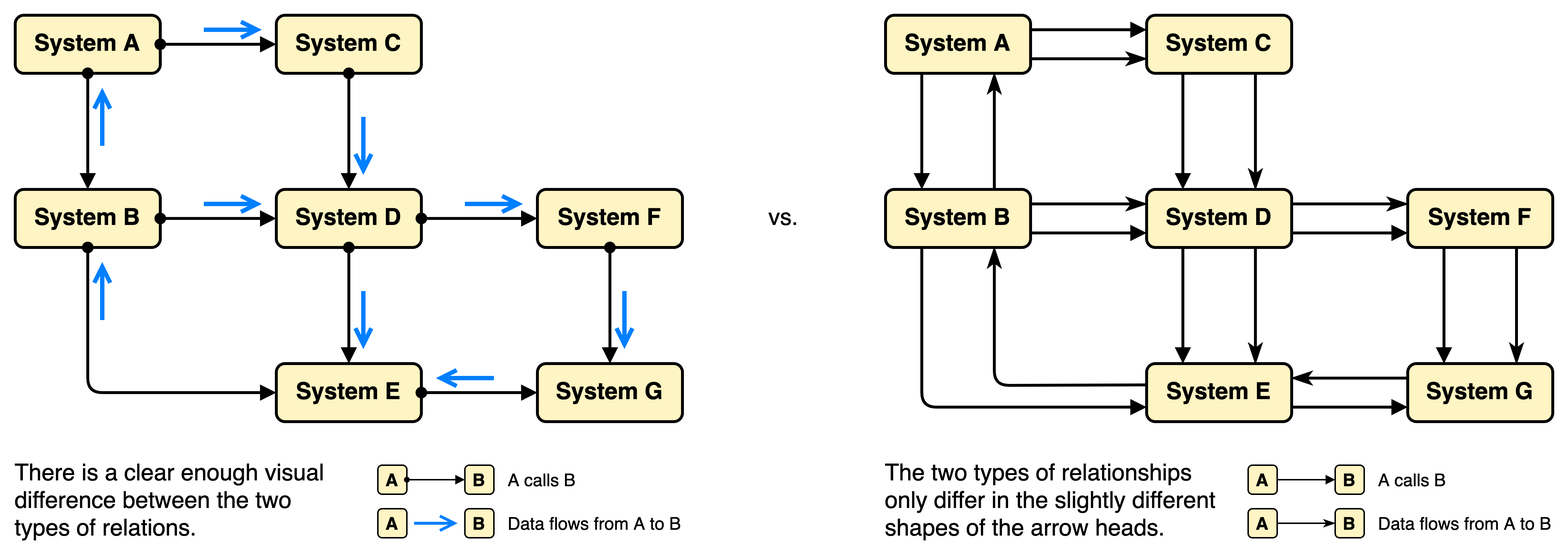
Earlier version of the draw.io export diagrams/connectionarrow-guideline_different-types-look-different-enough.png (martinleggewie/visual-tips-for-creating-schematic-diagrams). Source tidied: cells renumbered, new cells last; positions are measured from the earlier drawing's top-left corner, leaving out a move shared by most shapes.
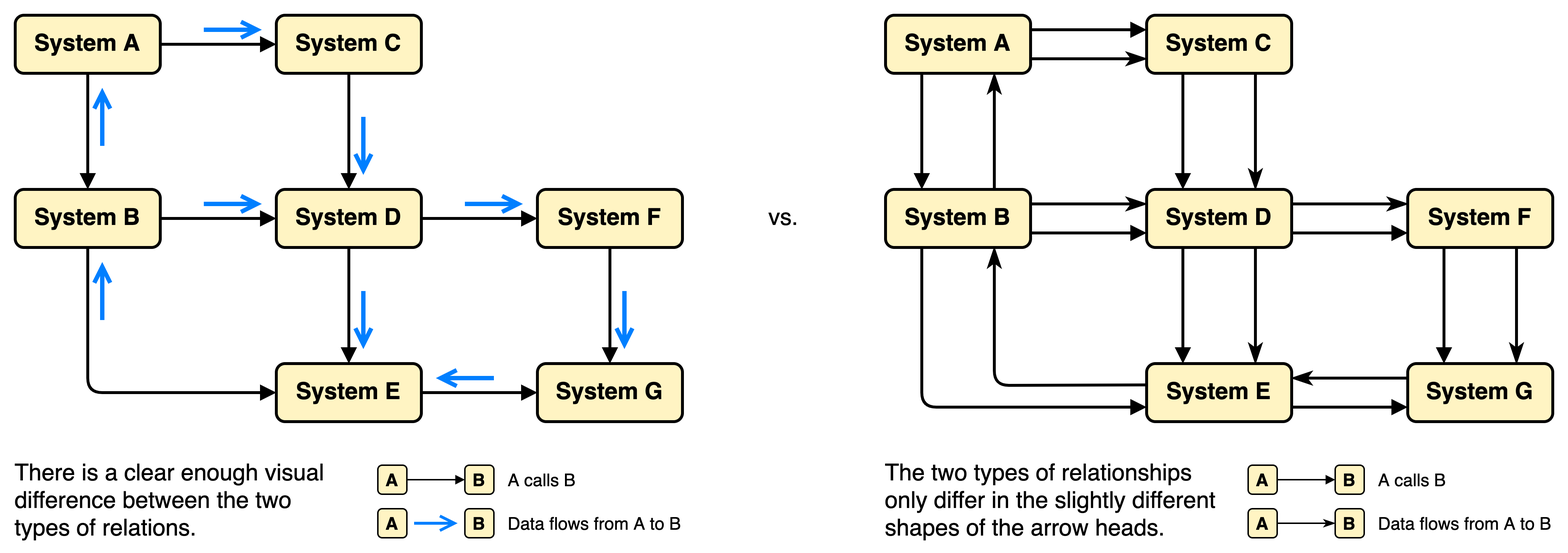
Above is the later version.

Diff of the diagram source:
```diff
@@ -9,16 +9,16 @@
     <mxCell id="4" value="System A" style="rounded=1;whiteSpace=wrap;html=1;strokeWidth=2;fontSize=16;fontStyle=1;fillColor=#FFF4C3;" parent="3" vertex="1">
       <mxGeometry x="10" y="10" width="100" height="40" as="geometry" />
     </mxCell>
-    <mxCell id="5" style="rounded=0;jettySize=auto;html=1;fontSize=16;endArrow=block;endFill=1;startArrow=oval;startFill=1;strokeWidth=2;" parent="3" edge="1" source="4" target="10">
+    <mxCell id="5" style="rounded=0;jettySize=auto;html=1;fontSize=16;endArrow=block;endFill=1;startArrow=none;startFill=0;strokeWidth=2;" parent="3" edge="1" source="4" target="10">
       <mxGeometry relative="1" as="geometry" />
     </mxCell>
     <mxCell id="6" value="System B" style="rounded=1;whiteSpace=wrap;html=1;strokeWidth=2;fontSize=16;fontStyle=1;fillColor=#FFF4C3;" parent="3" vertex="1">
       <mxGeometry x="10" y="130" width="100" height="40" as="geometry" />
     </mxCell>
-    <mxCell id="7" style="edgeStyle=none;rounded=0;jettySize=auto;html=1;startArrow=oval;startFill=1;endArrow=block;endFill=1;strokeWidth=2;fontSize=16;" parent="3" edge="1" source="4" target="6">
+    <mxCell id="7" style="edgeStyle=none;rounded=0;jettySize=auto;html=1;startArrow=none;startFill=0;endArrow=block;endFill=1;strokeWidth=2;fontSize=16;" parent="3" edge="1" source="4" target="6">
       <mxGeometry relative="1" as="geometry" />
     </mxCell>
-    <mxCell id="8" style="rounded=0;jettySize=auto;html=1;fontSize=16;endArrow=block;endFill=1;startArrow=oval;startFill=1;strokeWidth=2;" parent="3" edge="1" source="6" target="12">
+    <mxCell id="8" style="rounded=0;jettySize=auto;html=1;fontSize=16;endArrow=block;endFill=1;startArrow=none;startFill=0;strokeWidth=2;" parent="3" edge="1" source="6" target="12">
       <mxGeometry relative="1" as="geometry" />
     </mxCell>
     <mxCell id="9" value="vs." style="text;html=1;strokeColor=none;fillColor=none;align=center;verticalAlign=middle;whiteSpace=wrap;rounded=0;fontSize=16;" parent="3" vertex="1">
@@ -39,26 +39,26 @@
     <mxCell id="14" value="System G" style="rounded=1;whiteSpace=wrap;html=1;strokeWidth=2;fontSize=16;fontStyle=1;fillColor=#FFF4C3;" parent="3" vertex="1">
       <mxGeometry x="370" y="250" width="100" height="40" as="geometry" />
     </mxCell>
-    <mxCell id="15" style="edgeStyle=none;rounded=1;jettySize=auto;html=1;fontSize=16;startArrow=oval;startFill=1;endArrow=block;endFill=1;strokeWidth=2;" parent="3" edge="1" source="6" target="11">
+    <mxCell id="15" style="edgeStyle=none;rounded=1;jettySize=auto;html=1;fontSize=16;startArrow=none;startFill=0;endArrow=block;endFill=1;strokeWidth=2;" parent="3" edge="1" source="6" target="11">
       <mxGeometry relative="1" as="geometry">
         <Array as="points">
           <mxPoint x="60" y="270" />
         </Array>
       </mxGeometry>
     </mxCell>
-    <mxCell id="16" style="edgeStyle=none;rounded=0;jettySize=auto;html=1;fontSize=16;startArrow=oval;startFill=1;endArrow=block;endFill=1;strokeWidth=2;" parent="3" edge="1" source="11" target="14">
+    <mxCell id="16" style="edgeStyle=none;rounded=0;jettySize=auto;html=1;fontSize=16;startArrow=none;startFill=0;endArrow=block;endFill=1;strokeWidth=2;" parent="3" edge="1" source="11" target="14">
       <mxGeometry relative="1" as="geometry" />
     </mxCell>
-    <mxCell id="17" style="edgeStyle=none;rounded=0;jettySize=auto;html=1;fontSize=16;startArrow=oval;startFill=1;endArrow=block;endFill=1;strokeWidth=2;" parent="3" edge="1" source="13" target="14">
+    <mxCell id="17" style="edgeStyle=none;rounded=0;jettySize=auto;html=1;fontSize=16;startArrow=none;startFill=0;endArrow=block;endFill=1;strokeWidth=2;" parent="3" edge="1" source="13" target="14">
       <mxGeometry relative="1" as="geometry" />
     </mxCell>
-    <mxCell id="18" style="edgeStyle=none;rounded=0;jettySize=auto;html=1;fontSize=16;startArrow=oval;startFill=1;endArrow=block;endFill=1;strokeWidth=2;" parent="3" edge="1" source="12" target="11">
+    <mxCell id="18" style="edgeStyle=none;rounded=0;jettySize=auto;html=1;fontSize=16;startArrow=none;startFill=0;endArrow=block;endFill=1;strokeWidth=2;" parent="3" edge="1" source="12" target="11">
       <mxGeometry relative="1" as="geometry" />
     </mxCell>
-    <mxCell id="19" style="edgeStyle=none;rounded=0;jettySize=auto;html=1;fontSize=16;startArrow=oval;startFill=1;endArrow=block;endFill=1;strokeWidth=2;" parent="3" edge="1" source="12" target="13">
+    <mxCell id="19" style="edgeStyle=none;rounded=0;jettySize=auto;html=1;fontSize=16;startArrow=none;startFill=0;endArrow=block;endFill=1;strokeWidth=2;" parent="3" edge="1" source="12" target="13">
       <mxGeometry relative="1" as="geometry" />
     </mxCell>
-    <mxCell id="20" style="edgeStyle=none;rounded=0;jettySize=auto;html=1;fontSize=16;startArrow=oval;startFill=1;endArrow=block;endFill=1;strokeWidth=2;" parent="3" edge="1" source="10" target="12">
+    <mxCell id="20" style="edgeStyle=none;rounded=0;jettySize=auto;html=1;fontSize=16;startArrow=none;startFill=0;endArrow=block;endFill=1;strokeWidth=2;" parent="3" edge="1" source="10" target="12">
       <mxGeometry relative="1" as="geometry" />
     </mxCell>
     <mxCell id="21" value="System A" style="rounded=1;whiteSpace=wrap;html=1;strokeWidth=2;fontSize=16;fontStyle=1;fillColor=#FFF4C3;" parent="3" vertex="1">
@@ -215,7 +215,7 @@
     <mxCell id="60" value="B" style="rounded=1;whiteSpace=wrap;html=1;strokeWidth=1;fontSize=12;fontStyle=1;fillColor=#FFF4C3;" parent="56" vertex="1">
       <mxGeometry x="320" y="320" width="20" height="20" as="geometry" />
     </mxCell>
-    <mxCell id="61" style="edgeStyle=none;rounded=0;jettySize=auto;html=1;fontSize=16;startArrow=oval;startFill=1;endArrow=block;endFill=1;strokeWidth=1;endSize=4;startSize=3;" parent="56" edge="1" source="57" target="60">
+    <mxCell id="61" style="edgeStyle=none;rounded=0;jettySize=auto;html=1;fontSize=16;startArrow=none;startFill=0;endArrow=block;endFill=1;strokeWidth=1;endSize=4;startSize=3;" parent="56" edge="1" source="57" target="60">
       <mxGeometry relative="1" as="geometry" />
     </mxCell>
     <mxCell id="62" value="A" style="rounded=1;whiteSpace=wrap;html=1;strokeWidth=1;fontSize=12;fontStyle=1;fillColor=#FFF4C3;" parent="56" vertex="1">
```
